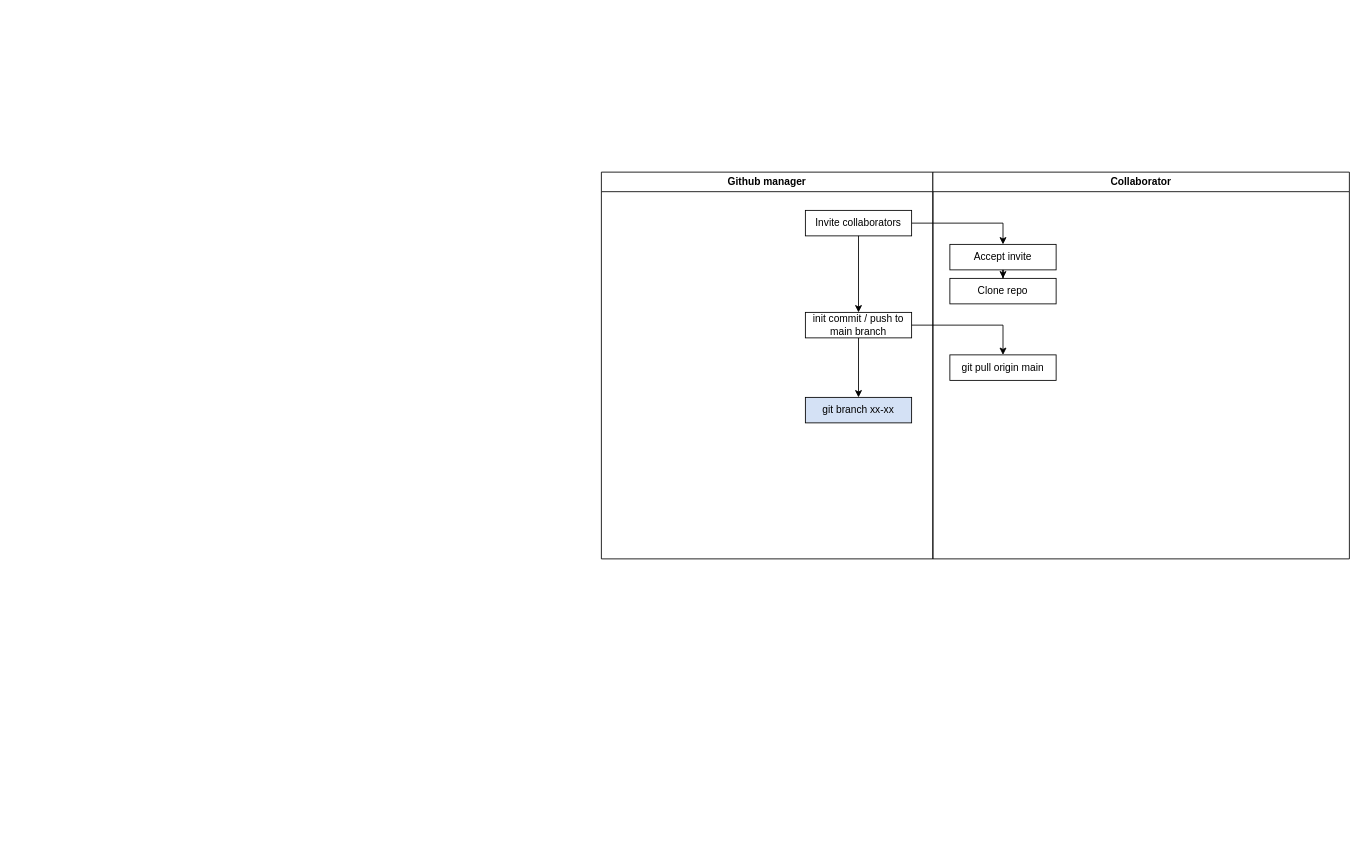
Before: github-collab.drawio in michael-de-wit/ga-project-crud-dna, a draw.io diagram. Source tidied: cells renumbered, new cells numbered last; positions are measured from the earlier drawing's top-left corner, leaving out a move shared by most shapes. Both pictures are drawn from the tidied source at 85%, with x=0, y=0 at pixel (601, 172).
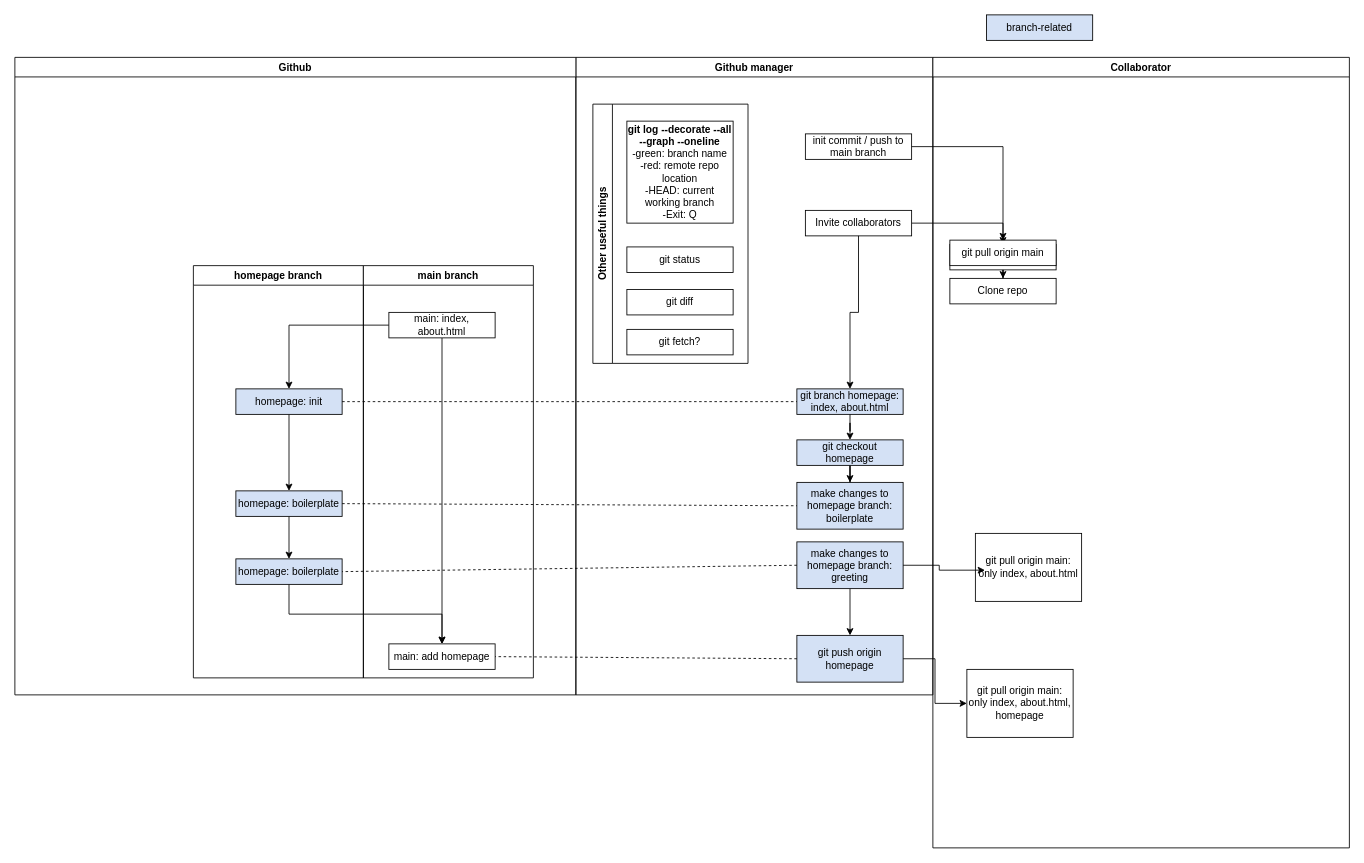
Above is the later version.

Unchanged cells that the change refers to:
```xml
<mxCell id="3" value="Invite collaborators" style="rounded=0;whiteSpace=wrap;html=1;" parent="1" vertex="1">
  <mxGeometry x="240" y="45" width="125" height="30" as="geometry" />
</mxCell>
```

Change to the diagram source:
```diff
@@
-    <mxCell id="7" style="edgeStyle=orthogonalEdgeStyle;rounded=0;jettySize=auto;html=1;entryX=0.5;entryY=0;entryDx=0;entryDy=0;exitX=0.5;exitY=1;exitDx=0;exitDy=0;" parent="1" edge="1" source="3" target="10">
-      <mxGeometry relative="1" as="geometry" />
-    </mxCell>
     <mxCell id="8" value="Github manager" style="swimlane;whiteSpace=wrap;html=1;" parent="1" vertex="1">
-      <mxGeometry width="390" height="455" as="geometry" />
+      <mxGeometry x="-30" y="-135" width="420" height="750" as="geometry" />
     </mxCell>
-    <mxCell id="9" style="edgeStyle=orthogonalEdgeStyle;rounded=0;jettySize=auto;html=1;entryX=0.5;entryY=0;entryDx=0;entryDy=0;" parent="8" edge="1" source="10" target="11">
-      <mxGeometry relative="1" as="geometry" />
-    </mxCell>
+    <mxCell id="15" value="Other useful things" style="swimlane;horizontal=0;whiteSpace=wrap;html=1;" parent="8" vertex="1">
+      <mxGeometry x="20" y="55" width="182.5" height="305" as="geometry" />
+    </mxCell>
+    <mxCell id="16" value="&lt;div&gt;&lt;b&gt;git log --decorate --all --graph --oneline&lt;/b&gt;&lt;/div&gt;&lt;div&gt;-green: branch name&lt;/div&gt;&lt;div&gt;-red: remote repo location&lt;/div&gt;&lt;div&gt;-HEAD: current working branch&lt;/div&gt;&lt;div&gt;-Exit: Q&lt;/div&gt;" style="rounded=0;whiteSpace=wrap;html=1;" parent="15" vertex="1">
+      <mxGeometry x="40" y="20" width="125" height="120" as="geometry" />
+    </mxCell>
+    <mxCell id="17" value="git status" style="rounded=0;whiteSpace=wrap;html=1;" parent="15" vertex="1">
+      <mxGeometry x="40" y="168" width="125" height="30" as="geometry" />
+    </mxCell>
+    <mxCell id="18" value="git diff" style="rounded=0;whiteSpace=wrap;html=1;" parent="15" vertex="1">
+      <mxGeometry x="40" y="218" width="125" height="30" as="geometry" />
+    </mxCell>
+    <mxCell id="19" value="git fetch?" style="rounded=0;whiteSpace=wrap;html=1;" parent="15" vertex="1">
+      <mxGeometry x="40" y="265" width="125" height="30" as="geometry" />
+    </mxCell>
+    <mxCell id="20" style="edgeStyle=orthogonalEdgeStyle;rounded=0;jettySize=auto;html=1;entryX=0.5;entryY=0;entryDx=0;entryDy=0;" parent="8" edge="1" source="22" target="23">
+      <mxGeometry relative="1" as="geometry" />
+    </mxCell>
     <mxCell id="10" value="init commit / push to main branch" style="rounded=0;whiteSpace=wrap;html=1;" parent="8" vertex="1">
-      <mxGeometry x="240" y="165" width="125" height="30" as="geometry" />
+      <mxGeometry x="270" y="90" width="125" height="30" as="geometry" />
     </mxCell>
-    <mxCell id="11" value="git branch xx-xx" style="rounded=0;whiteSpace=wrap;html=1;fillColor=#D4E1F5;" parent="8" vertex="1">
-      <mxGeometry x="240" y="265" width="125" height="30" as="geometry" />
+    <mxCell id="11" value="git branch homepage: index, about.html" style="rounded=0;whiteSpace=wrap;html=1;fillColor=#D4E1F5;" parent="8" vertex="1">
+      <mxGeometry x="260" y="390" width="125" height="30" as="geometry" />
     </mxCell>
+    <mxCell id="21" style="edgeStyle=orthogonalEdgeStyle;rounded=0;jettySize=auto;html=1;entryX=0.5;entryY=0;entryDx=0;entryDy=0;" parent="8" edge="1" source="11" target="22">
+      <mxGeometry relative="1" as="geometry" />
+    </mxCell>
+    <mxCell id="22" value="git checkout homepage" style="rounded=0;whiteSpace=wrap;html=1;fillColor=#D4E1F5;" parent="8" vertex="1">
+      <mxGeometry x="260" y="450" width="125" height="30" as="geometry" />
+    </mxCell>
+    <mxCell id="23" value="make changes to homepage branch: boilerplate" style="rounded=0;whiteSpace=wrap;html=1;fillColor=#D4E1F5;" parent="8" vertex="1">
+      <mxGeometry x="260" y="500" width="125" height="55" as="geometry" />
+    </mxCell>
+    <mxCell id="24" style="edgeStyle=orthogonalEdgeStyle;rounded=0;jettySize=auto;html=1;entryX=0.5;entryY=0;entryDx=0;entryDy=0;" parent="8" edge="1" source="25" target="26">
+      <mxGeometry relative="1" as="geometry" />
+    </mxCell>
+    <mxCell id="25" value="make changes to homepage branch: greeting" style="rounded=0;whiteSpace=wrap;html=1;fillColor=#D4E1F5;" parent="8" vertex="1">
+      <mxGeometry x="260" y="570" width="125" height="55" as="geometry" />
+    </mxCell>
+    <mxCell id="26" value="git push origin homepage" style="rounded=0;whiteSpace=wrap;html=1;fillColor=#D4E1F5;" parent="8" vertex="1">
+      <mxGeometry x="260" y="680" width="125" height="55" as="geometry" />
+    </mxCell>
     <mxCell id="12" value="Collaborator" style="swimlane;whiteSpace=wrap;html=1;" parent="1" vertex="1">
-      <mxGeometry x="390" width="490" height="455" as="geometry" />
+      <mxGeometry x="390" y="-135" width="490" height="930" as="geometry" />
     </mxCell>
@@
+    <mxCell id="27" value="git pull origin main: only index, about.html" style="rounded=0;whiteSpace=wrap;html=1;" parent="12" vertex="1">
+      <mxGeometry x="50" y="560" width="125" height="80" as="geometry" />
+    </mxCell>
+    <mxCell id="28" value="git pull origin main: only index, about.html, homepage" style="rounded=0;whiteSpace=wrap;html=1;" parent="12" vertex="1">
+      <mxGeometry x="40" y="720" width="125" height="80" as="geometry" />
+    </mxCell>
+    <mxCell id="29" value="branch-related" style="rounded=0;whiteSpace=wrap;html=1;fillColor=#D4E1F5;" parent="1" vertex="1">
+      <mxGeometry x="453" y="-185" width="125" height="30" as="geometry" />
+    </mxCell>
+    <mxCell id="30" style="edgeStyle=orthogonalEdgeStyle;rounded=0;jettySize=auto;html=1;entryX=0.5;entryY=0;entryDx=0;entryDy=0;" parent="1" edge="1" source="32" target="34">
+      <mxGeometry relative="1" as="geometry" />
+    </mxCell>
+    <mxCell id="31" style="edgeStyle=orthogonalEdgeStyle;rounded=0;jettySize=auto;html=1;entryX=0.5;entryY=0;entryDx=0;entryDy=0;" parent="1" edge="1" source="32" target="45">
+      <mxGeometry relative="1" as="geometry" />
+    </mxCell>
+    <mxCell id="32" value="main: index, about.html" style="rounded=0;whiteSpace=wrap;html=1;" parent="1" vertex="1">
+      <mxGeometry x="-250" y="165" width="125" height="30" as="geometry" />
+    </mxCell>
+    <mxCell id="33" style="edgeStyle=orthogonalEdgeStyle;rounded=0;jettySize=auto;html=1;entryX=0.5;entryY=0;entryDx=0;entryDy=0;" parent="1" edge="1" source="34" target="36">
+      <mxGeometry relative="1" as="geometry" />
+    </mxCell>
+    <mxCell id="34" value="homepage: init" style="rounded=0;whiteSpace=wrap;html=1;fillColor=#D4E1F5;" parent="1" vertex="1">
+      <mxGeometry x="-430" y="255" width="125" height="30" as="geometry" />
+    </mxCell>
+    <mxCell id="35" style="edgeStyle=orthogonalEdgeStyle;rounded=0;jettySize=auto;html=1;entryX=0.5;entryY=0;entryDx=0;entryDy=0;" parent="1" edge="1" source="36" target="38">
+      <mxGeometry relative="1" as="geometry" />
+    </mxCell>
+    <mxCell id="36" value="homepage: boilerplate" style="rounded=0;whiteSpace=wrap;html=1;fillColor=#D4E1F5;" parent="1" vertex="1">
+      <mxGeometry x="-430" y="375" width="125" height="30" as="geometry" />
+    </mxCell>
+    <mxCell id="37" style="edgeStyle=orthogonalEdgeStyle;rounded=0;jettySize=auto;html=1;entryX=0.5;entryY=0;entryDx=0;entryDy=0;exitX=0.5;exitY=1;exitDx=0;exitDy=0;" parent="1" edge="1" source="38" target="45">
+      <mxGeometry relative="1" as="geometry" />
+    </mxCell>
+    <mxCell id="38" value="homepage: boilerplate" style="rounded=0;whiteSpace=wrap;html=1;fillColor=#D4E1F5;" parent="1" vertex="1">
+      <mxGeometry x="-430" y="455" width="125" height="30" as="geometry" />
+    </mxCell>
+    <mxCell id="39" style="endArrow=none;dashed=1;html=1;rounded=0;entryX=0;entryY=0.5;entryDx=0;entryDy=0;exitX=1;exitY=0.5;exitDx=0;exitDy=0;" parent="1" edge="1" source="34" target="11">
+      <mxGeometry relative="1" as="geometry" />
+    </mxCell>
+    <mxCell id="40" style="endArrow=none;dashed=1;html=1;rounded=0;entryX=0;entryY=0.5;entryDx=0;entryDy=0;exitX=1;exitY=0.5;exitDx=0;exitDy=0;" parent="1" edge="1" source="36" target="23">
+      <mxGeometry relative="1" as="geometry" />
+    </mxCell>
+    <mxCell id="41" style="endArrow=none;dashed=1;html=1;rounded=0;entryX=1;entryY=0.5;entryDx=0;entryDy=0;exitX=0;exitY=0.5;exitDx=0;exitDy=0;" parent="1" edge="1" source="25" target="38">
+      <mxGeometry relative="1" as="geometry" />
+    </mxCell>
+    <mxCell id="42" value="Github" style="swimlane;whiteSpace=wrap;html=1;" parent="1" vertex="1">
+      <mxGeometry x="-690" y="-135" width="660" height="750" as="geometry" />
+    </mxCell>
+    <mxCell id="43" value="homepage branch" style="swimlane;whiteSpace=wrap;html=1;" parent="42" vertex="1">
+      <mxGeometry x="210" y="245" width="200" height="485" as="geometry" />
+    </mxCell>
+    <mxCell id="44" value="main branch" style="swimlane;whiteSpace=wrap;html=1;" parent="42" vertex="1">
+      <mxGeometry x="410" y="245" width="200" height="485" as="geometry" />
+    </mxCell>
+    <mxCell id="45" value="main: add homepage" style="rounded=0;whiteSpace=wrap;html=1;" parent="44" vertex="1">
+      <mxGeometry x="30" y="445" width="125" height="30" as="geometry" />
+    </mxCell>
@@
+    <mxCell id="9" style="edgeStyle=orthogonalEdgeStyle;rounded=0;jettySize=auto;html=1;entryX=0.5;entryY=0;entryDx=0;entryDy=0;exitX=0.5;exitY=1;exitDx=0;exitDy=0;" parent="1" edge="1" source="3" target="11">
+      <mxGeometry relative="1" as="geometry" />
+    </mxCell>
+    <mxCell id="46" style="endArrow=none;dashed=1;html=1;rounded=0;entryX=1;entryY=0.5;entryDx=0;entryDy=0;exitX=0;exitY=0.5;exitDx=0;exitDy=0;" parent="1" edge="1" source="26" target="45">
+      <mxGeometry relative="1" as="geometry" />
+    </mxCell>
+    <mxCell id="47" style="edgeStyle=orthogonalEdgeStyle;rounded=0;jettySize=auto;html=1;entryX=0.09;entryY=0.541;entryDx=0;entryDy=0;entryPerimeter=0;" parent="1" edge="1" source="25" target="27">
+      <mxGeometry relative="1" as="geometry" />
+    </mxCell>
+    <mxCell id="48" style="edgeStyle=orthogonalEdgeStyle;rounded=0;jettySize=auto;html=1;entryX=0;entryY=0.5;entryDx=0;entryDy=0;" parent="1" edge="1" source="26" target="28">
+      <mxGeometry relative="1" as="geometry" />
+    </mxCell>
```
